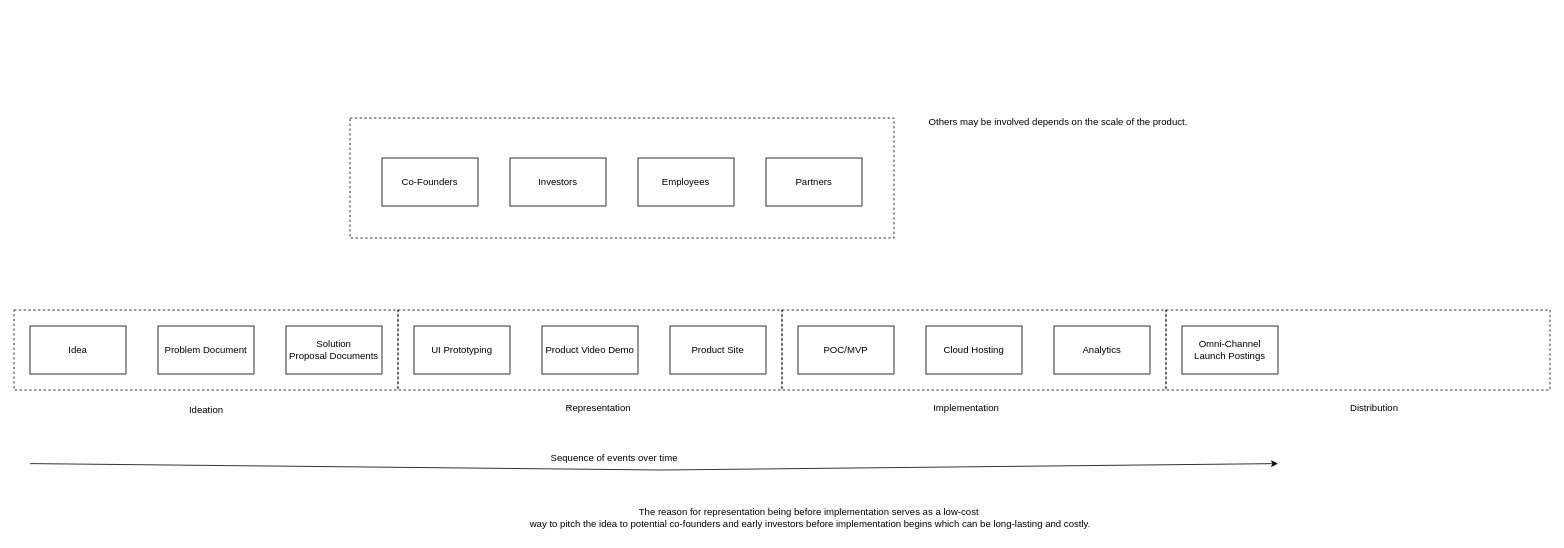
The draw.io diagram product-engineering/diagrams/commercial_applications.drawio in hhaidrr/notes, before the edit. Source tidied: cells renumbered, new cells numbered last; positions are measured from the earlier drawing's top-left corner, leaving out a move shared by most shapes. Both pictures are drawn from the tidied source at 80%, with x=0, y=0 at pixel (14, 110).
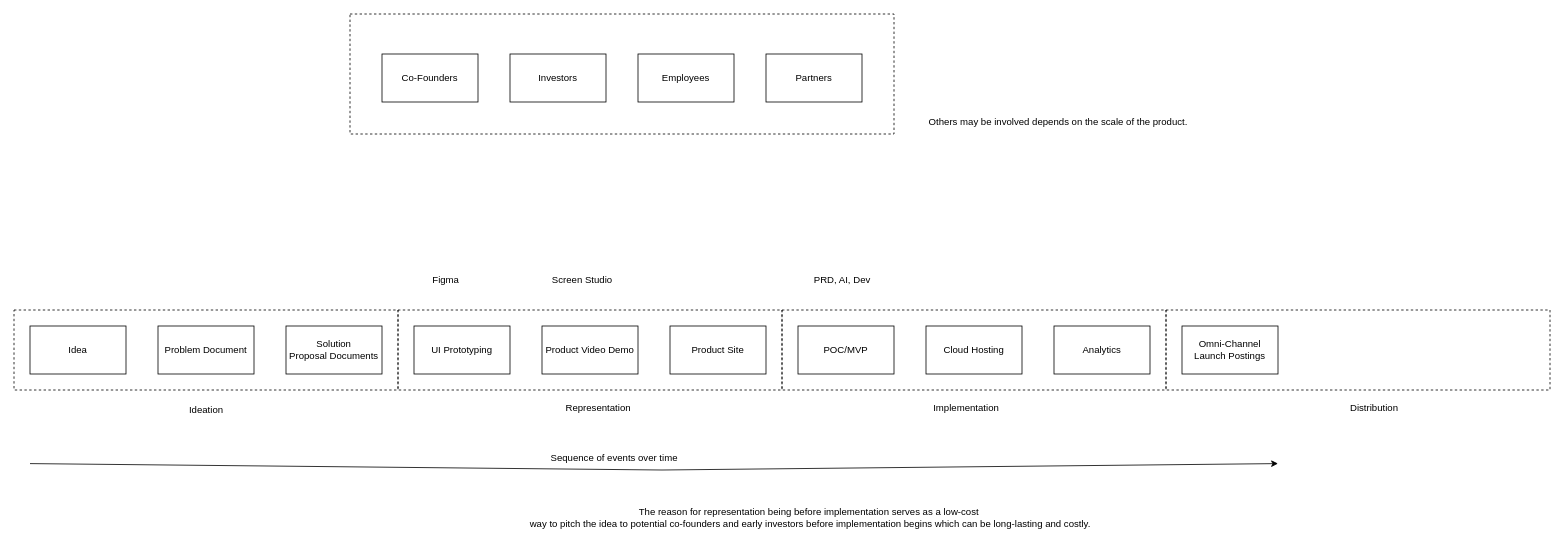
After the change.

The edit, as a diff of the source:
```diff
@@
     <mxCell id="2" style="rounded=0;whiteSpace=wrap;html=1;fillColor=none;dashed=1;" parent="1" vertex="1">
-      <mxGeometry x="420" y="10" width="680" height="150" as="geometry" />
+      <mxGeometry x="420" y="-120" width="680" height="150" as="geometry" />
     </mxCell>
@@
     <mxCell id="12" value="Co-Founders" style="rounded=0;whiteSpace=wrap;html=1;" parent="1" vertex="1">
-      <mxGeometry x="460" y="60" width="120" height="60" as="geometry" />
+      <mxGeometry x="460" y="-70" width="120" height="60" as="geometry" />
     </mxCell>
     <mxCell id="13" value="Investors" style="rounded=0;whiteSpace=wrap;html=1;" parent="1" vertex="1">
-      <mxGeometry x="620" y="60" width="120" height="60" as="geometry" />
+      <mxGeometry x="620" y="-70" width="120" height="60" as="geometry" />
     </mxCell>
     <mxCell id="14" value="Employees" style="rounded=0;whiteSpace=wrap;html=1;" parent="1" vertex="1">
-      <mxGeometry x="780" y="60" width="120" height="60" as="geometry" />
+      <mxGeometry x="780" y="-70" width="120" height="60" as="geometry" />
     </mxCell>
     <mxCell id="15" value="Partners" style="rounded=0;whiteSpace=wrap;html=1;" parent="1" vertex="1">
-      <mxGeometry x="940" y="60" width="120" height="60" as="geometry" />
+      <mxGeometry x="940" y="-70" width="120" height="60" as="geometry" />
     </mxCell>
@@
+    <mxCell id="29" value="Figma" style="text;html=1;align=center;verticalAlign=middle;whiteSpace=wrap;rounded=0;" parent="1" vertex="1">
+      <mxGeometry x="510" y="198" width="60" height="30" as="geometry" />
+    </mxCell>
+    <mxCell id="30" value="Screen Studio" style="text;html=1;align=center;verticalAlign=middle;strokeColor=none;fillColor=none;" parent="1" vertex="1">
+      <mxGeometry x="660" y="198" width="100" height="30" as="geometry" />
+    </mxCell>
+    <mxCell id="31" value="PRD, AI, Dev" style="text;html=1;align=center;verticalAlign=middle;strokeColor=none;fillColor=none;" parent="1" vertex="1">
+      <mxGeometry x="990" y="198" width="90" height="30" as="geometry" />
+    </mxCell>
```
